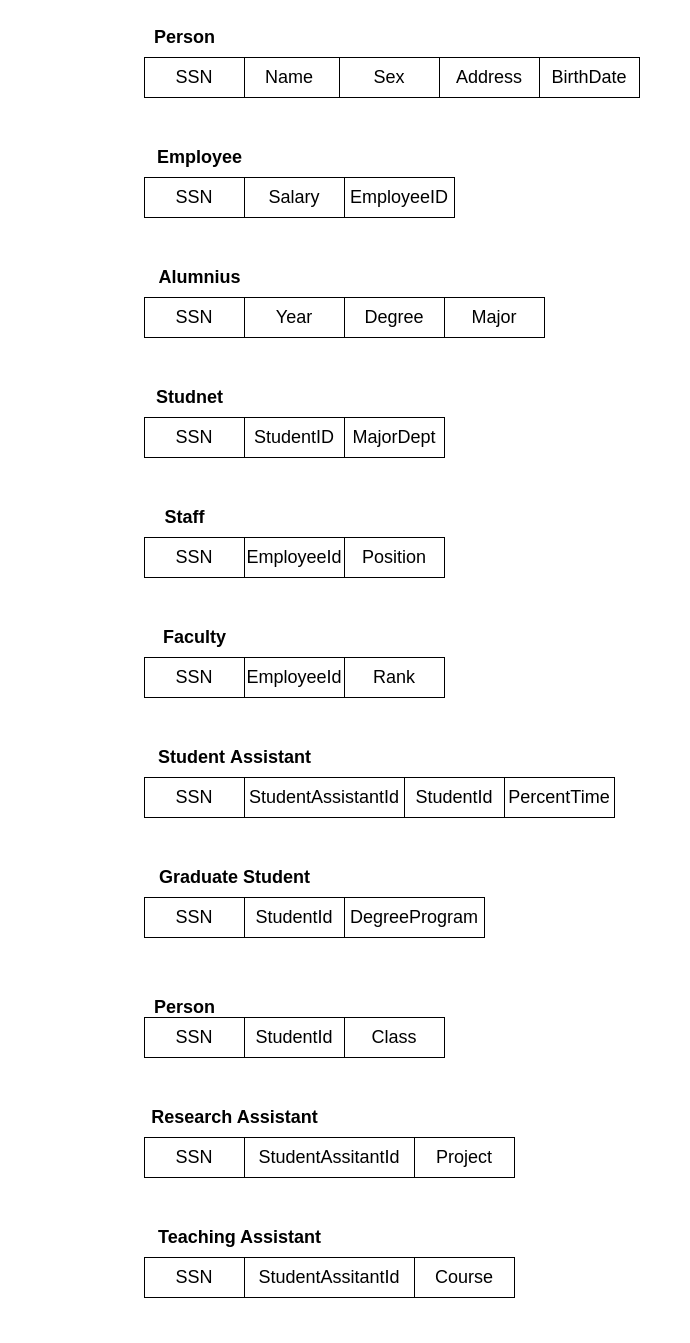
This is UML/EER3.drawio from RileyMoore01/Portfolio, a draw.io file, before an edit. Source tidied: cells renumbered, new cells numbered last; positions are measured from the earlier drawing's top-left corner, leaving out a move shared by most shapes. Both pictures are drawn from the tidied source at 100%, with x=0, y=0 at pixel (139, 17).
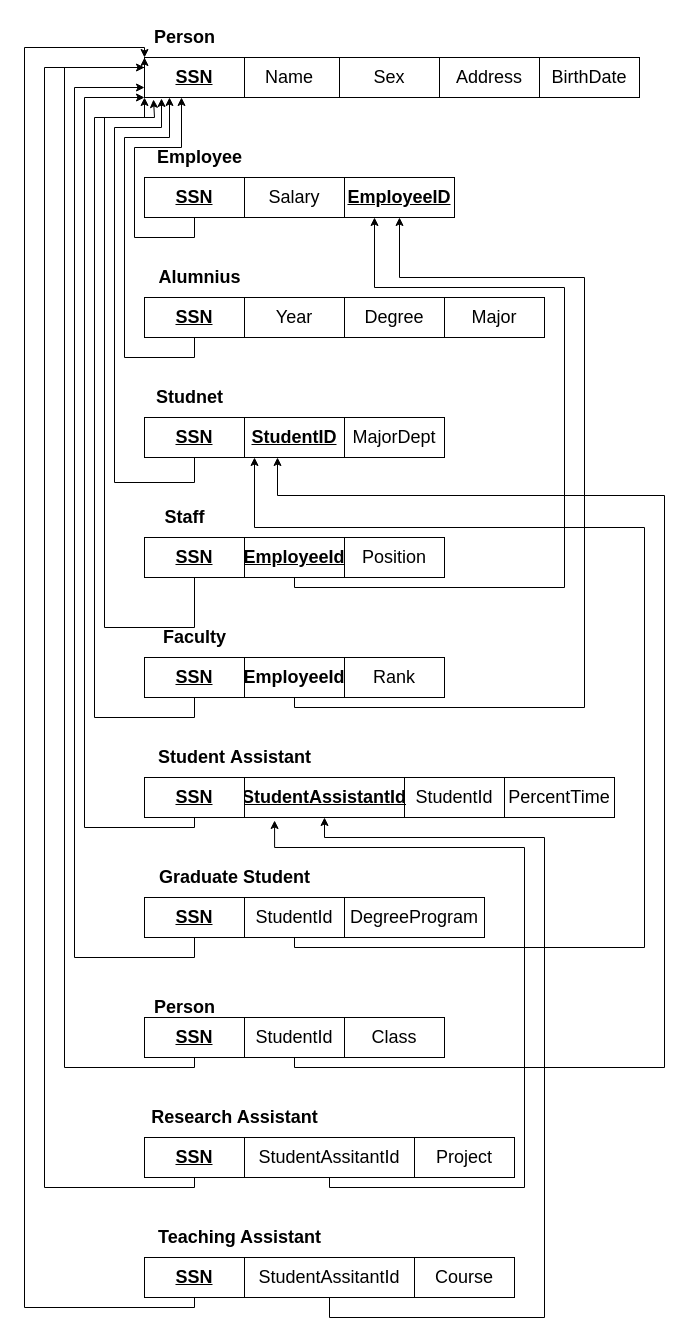
The same diagram, later.

Unchanged cells that the change refers to:
```xml
<mxCell id="2" value="&lt;b&gt;&lt;font style=&quot;font-size: 18px;&quot;&gt;Person&lt;/font&gt;&lt;/b&gt;" style="text;html=1;align=center;verticalAlign=middle;points=[];strokeColor=none;fillColor=none;" parent="1" vertex="1">
  <mxGeometry x="5" width="80" height="40" as="geometry" />
</mxCell>
<mxCell id="38" value="StudentId" style="whiteSpace=wrap;html=1;align=center;fontSize=18;" parent="1" vertex="1">
  <mxGeometry x="105" y="880" width="100" height="40" as="geometry" />
</mxCell>
<mxCell id="41" value="StudentId" style="whiteSpace=wrap;html=1;align=center;fontSize=18;" parent="1" vertex="1">
  <mxGeometry x="105" y="1000" width="100" height="40" as="geometry" />
</mxCell>
<mxCell id="44" value="StudentAssitantId" style="whiteSpace=wrap;html=1;align=center;fontSize=18;" parent="1" vertex="1">
  <mxGeometry x="105" y="1120" width="170" height="40" as="geometry" />
</mxCell>
<mxCell id="48" value="StudentAssitantId" style="whiteSpace=wrap;html=1;align=center;fontSize=18;" parent="1" vertex="1">
  <mxGeometry x="105" y="1240" width="170" height="40" as="geometry" />
</mxCell>
```

What changed in the source:
```diff
@@
+    <mxCell id="50" style="edgeStyle=orthogonalEdgeStyle;rounded=0;jettySize=auto;html=1;entryX=0.37;entryY=1;entryDx=0;entryDy=0;entryPerimeter=0;fontSize=18;" parent="1" edge="1" source="12" target="17">
+      <mxGeometry relative="1" as="geometry">
+        <Array as="points">
+          <mxPoint x="55" y="220" />
+          <mxPoint x="-5" y="220" />
+          <mxPoint x="-5" y="130" />
+          <mxPoint x="42" y="130" />
+        </Array>
+      </mxGeometry>
+    </mxCell>
-    <mxCell id="12" value="SSN" style="whiteSpace=wrap;html=1;align=center;fontSize=18;" parent="1" vertex="1">
+    <mxCell id="12" value="&lt;b&gt;&lt;u&gt;SSN&lt;/u&gt;&lt;/b&gt;" style="whiteSpace=wrap;html=1;align=center;fontSize=18;" parent="1" vertex="1">
       <mxGeometry x="5" y="160" width="100" height="40" as="geometry" />
     </mxCell>
@@
-    <mxCell id="17" value="SSN" style="whiteSpace=wrap;html=1;align=center;fontSize=18;" parent="1" vertex="1">
+    <mxCell id="17" value="&lt;b&gt;&lt;u&gt;SSN&lt;/u&gt;&lt;/b&gt;" style="whiteSpace=wrap;html=1;align=center;fontSize=18;" parent="1" vertex="1">
       <mxGeometry x="5" y="40" width="100" height="40" as="geometry" />
     </mxCell>
@@
-    <mxCell id="19" value="StudentID" style="whiteSpace=wrap;html=1;align=center;fontSize=18;" parent="1" vertex="1">
+    <mxCell id="19" value="&lt;b&gt;&lt;u&gt;StudentID&lt;/u&gt;&lt;/b&gt;" style="whiteSpace=wrap;html=1;align=center;fontSize=18;" parent="1" vertex="1">
       <mxGeometry x="105" y="400" width="100" height="40" as="geometry" />
     </mxCell>
+    <mxCell id="51" style="edgeStyle=orthogonalEdgeStyle;rounded=0;jettySize=auto;html=1;fontSize=18;entryX=0.17;entryY=1.025;entryDx=0;entryDy=0;entryPerimeter=0;" parent="1" edge="1" source="20" target="17">
+      <mxGeometry relative="1" as="geometry">
+        <Array as="points">
+          <mxPoint x="55" y="465" />
+          <mxPoint x="-25" y="465" />
+          <mxPoint x="-25" y="110" />
+          <mxPoint x="22" y="110" />
+        </Array>
+      </mxGeometry>
+    </mxCell>
-    <mxCell id="20" value="SSN" style="whiteSpace=wrap;html=1;align=center;fontSize=18;" parent="1" vertex="1">
+    <mxCell id="20" value="&lt;b&gt;&lt;u&gt;SSN&lt;/u&gt;&lt;/b&gt;" style="whiteSpace=wrap;html=1;align=center;fontSize=18;" parent="1" vertex="1">
       <mxGeometry x="5" y="400" width="100" height="40" as="geometry" />
     </mxCell>
@@
+    <mxCell id="52" style="edgeStyle=orthogonalEdgeStyle;rounded=0;jettySize=auto;html=1;fontSize=18;entryX=0.25;entryY=1;entryDx=0;entryDy=0;" parent="1" edge="1" source="24" target="17">
+      <mxGeometry relative="1" as="geometry">
+        <Array as="points">
+          <mxPoint x="55" y="340" />
+          <mxPoint x="-15" y="340" />
+          <mxPoint x="-15" y="120" />
+          <mxPoint x="30" y="120" />
+        </Array>
+      </mxGeometry>
+    </mxCell>
-    <mxCell id="24" value="SSN" style="whiteSpace=wrap;html=1;align=center;fontSize=18;" parent="1" vertex="1">
+    <mxCell id="24" value="&lt;b&gt;&lt;u&gt;SSN&lt;/u&gt;&lt;/b&gt;" style="whiteSpace=wrap;html=1;align=center;fontSize=18;" parent="1" vertex="1">
       <mxGeometry x="5" y="280" width="100" height="40" as="geometry" />
     </mxCell>
-    <mxCell id="25" value="EmployeeID" style="whiteSpace=wrap;html=1;align=center;fontSize=18;" parent="1" vertex="1">
+    <mxCell id="25" value="&lt;b&gt;&lt;u&gt;EmployeeID&lt;/u&gt;&lt;/b&gt;" style="whiteSpace=wrap;html=1;align=center;fontSize=18;" parent="1" vertex="1">
       <mxGeometry x="205" y="160" width="110" height="40" as="geometry" />
     </mxCell>
@@
-    <mxCell id="29" value="StudentAssistantId" style="whiteSpace=wrap;html=1;align=center;fontSize=18;" parent="1" vertex="1">
+    <mxCell id="29" value="&lt;b&gt;&lt;u&gt;StudentAssistantId&lt;/u&gt;&lt;/b&gt;" style="whiteSpace=wrap;html=1;align=center;fontSize=18;" parent="1" vertex="1">
       <mxGeometry x="105" y="760" width="160" height="40" as="geometry" />
     </mxCell>
+    <mxCell id="53" style="edgeStyle=orthogonalEdgeStyle;rounded=0;jettySize=auto;html=1;fontSize=18;entryX=0;entryY=1;entryDx=0;entryDy=0;" parent="1" edge="1" source="30" target="17">
+      <mxGeometry relative="1" as="geometry">
+        <Array as="points">
+          <mxPoint x="55" y="810" />
+          <mxPoint x="-55" y="810" />
+          <mxPoint x="-55" y="80" />
+        </Array>
+      </mxGeometry>
+    </mxCell>
-    <mxCell id="30" value="SSN" style="whiteSpace=wrap;html=1;align=center;fontSize=18;" parent="1" vertex="1">
+    <mxCell id="30" value="&lt;b&gt;&lt;u&gt;SSN&lt;/u&gt;&lt;/b&gt;" style="whiteSpace=wrap;html=1;align=center;fontSize=18;" parent="1" vertex="1">
       <mxGeometry x="5" y="760" width="100" height="40" as="geometry" />
     </mxCell>
@@
+    <mxCell id="54" style="edgeStyle=orthogonalEdgeStyle;rounded=0;jettySize=auto;html=1;fontSize=18;" parent="1" edge="1" source="32">
+      <mxGeometry relative="1" as="geometry">
+        <mxPoint x="235" y="200" as="targetPoint" />
+        <Array as="points">
+          <mxPoint x="155" y="570" />
+          <mxPoint x="425" y="570" />
+          <mxPoint x="425" y="270" />
+          <mxPoint x="235" y="270" />
+          <mxPoint x="235" y="200" />
+        </Array>
+      </mxGeometry>
+    </mxCell>
-    <mxCell id="32" value="EmployeeId" style="whiteSpace=wrap;html=1;align=center;fontSize=18;" parent="1" vertex="1">
+    <mxCell id="32" value="&lt;b&gt;&lt;u&gt;EmployeeId&lt;/u&gt;&lt;/b&gt;" style="whiteSpace=wrap;html=1;align=center;fontSize=18;" parent="1" vertex="1">
       <mxGeometry x="105" y="520" width="100" height="40" as="geometry" />
     </mxCell>
+    <mxCell id="55" style="edgeStyle=orthogonalEdgeStyle;rounded=0;jettySize=auto;html=1;fontSize=18;entryX=0.09;entryY=1.05;entryDx=0;entryDy=0;entryPerimeter=0;" parent="1" edge="1" source="33" target="17">
+      <mxGeometry relative="1" as="geometry">
+        <Array as="points">
+          <mxPoint x="55" y="610" />
+          <mxPoint x="-35" y="610" />
+          <mxPoint x="-35" y="100" />
+          <mxPoint x="15" y="100" />
+        </Array>
+      </mxGeometry>
+    </mxCell>
-    <mxCell id="33" value="SSN" style="whiteSpace=wrap;html=1;align=center;fontSize=18;" parent="1" vertex="1">
+    <mxCell id="33" value="&lt;b&gt;&lt;u&gt;SSN&lt;/u&gt;&lt;/b&gt;" style="whiteSpace=wrap;html=1;align=center;fontSize=18;" parent="1" vertex="1">
       <mxGeometry x="5" y="520" width="100" height="40" as="geometry" />
     </mxCell>
@@
+    <mxCell id="56" style="edgeStyle=orthogonalEdgeStyle;rounded=0;jettySize=auto;html=1;fontSize=18;entryX=0.5;entryY=1;entryDx=0;entryDy=0;" parent="1" edge="1" source="35" target="25">
+      <mxGeometry relative="1" as="geometry">
+        <Array as="points">
+          <mxPoint x="155" y="690" />
+          <mxPoint x="445" y="690" />
+          <mxPoint x="445" y="260" />
+          <mxPoint x="260" y="260" />
+        </Array>
+      </mxGeometry>
+    </mxCell>
-    <mxCell id="35" value="EmployeeId" style="whiteSpace=wrap;html=1;align=center;fontSize=18;" parent="1" vertex="1">
+    <mxCell id="35" value="&lt;b&gt;EmployeeId&lt;/b&gt;" style="whiteSpace=wrap;html=1;align=center;fontSize=18;" parent="1" vertex="1">
       <mxGeometry x="105" y="640" width="100" height="40" as="geometry" />
     </mxCell>
+    <mxCell id="57" style="edgeStyle=orthogonalEdgeStyle;rounded=0;jettySize=auto;html=1;fontSize=18;entryX=0;entryY=1;entryDx=0;entryDy=0;" parent="1" edge="1" source="36" target="17">
+      <mxGeometry relative="1" as="geometry">
+        <Array as="points">
+          <mxPoint x="55" y="700" />
+          <mxPoint x="-45" y="700" />
+          <mxPoint x="-45" y="100" />
+          <mxPoint x="5" y="100" />
+        </Array>
+      </mxGeometry>
+    </mxCell>
-    <mxCell id="36" value="SSN" style="whiteSpace=wrap;html=1;align=center;fontSize=18;" parent="1" vertex="1">
+    <mxCell id="36" value="&lt;b&gt;&lt;u&gt;SSN&lt;/u&gt;&lt;/b&gt;" style="whiteSpace=wrap;html=1;align=center;fontSize=18;" parent="1" vertex="1">
       <mxGeometry x="5" y="640" width="100" height="40" as="geometry" />
     </mxCell>
@@
+    <mxCell id="58" style="edgeStyle=orthogonalEdgeStyle;rounded=0;jettySize=auto;html=1;fontSize=18;entryX=0.1;entryY=1;entryDx=0;entryDy=0;entryPerimeter=0;" parent="1" edge="1" source="38" target="19">
+      <mxGeometry relative="1" as="geometry">
+        <Array as="points">
+          <mxPoint x="155" y="930" />
+          <mxPoint x="505" y="930" />
+          <mxPoint x="505" y="510" />
+          <mxPoint x="115" y="510" />
+        </Array>
+      </mxGeometry>
+    </mxCell>
@@
+    <mxCell id="59" style="edgeStyle=orthogonalEdgeStyle;rounded=0;jettySize=auto;html=1;fontSize=18;entryX=0;entryY=0.75;entryDx=0;entryDy=0;" parent="1" edge="1" source="39" target="17">
+      <mxGeometry relative="1" as="geometry">
+        <Array as="points">
+          <mxPoint x="55" y="940" />
+          <mxPoint x="-65" y="940" />
+          <mxPoint x="-65" y="70" />
+        </Array>
+      </mxGeometry>
+    </mxCell>
-    <mxCell id="39" value="SSN" style="whiteSpace=wrap;html=1;align=center;fontSize=18;" parent="1" vertex="1">
+    <mxCell id="39" value="&lt;b&gt;&lt;u&gt;SSN&lt;/u&gt;&lt;/b&gt;" style="whiteSpace=wrap;html=1;align=center;fontSize=18;" parent="1" vertex="1">
       <mxGeometry x="5" y="880" width="100" height="40" as="geometry" />
     </mxCell>
@@
+    <mxCell id="60" style="edgeStyle=orthogonalEdgeStyle;rounded=0;jettySize=auto;html=1;fontSize=18;entryX=0.33;entryY=1;entryDx=0;entryDy=0;entryPerimeter=0;" parent="1" edge="1" source="41" target="19">
+      <mxGeometry relative="1" as="geometry">
+        <Array as="points">
+          <mxPoint x="155" y="1050" />
+          <mxPoint x="525" y="1050" />
+          <mxPoint x="525" y="478" />
+          <mxPoint x="138" y="478" />
+        </Array>
+      </mxGeometry>
+    </mxCell>
@@
+    <mxCell id="61" style="edgeStyle=orthogonalEdgeStyle;rounded=0;jettySize=auto;html=1;fontSize=18;entryX=0;entryY=0.25;entryDx=0;entryDy=0;" parent="1" edge="1" source="42" target="17">
+      <mxGeometry relative="1" as="geometry">
+        <Array as="points">
+          <mxPoint x="55" y="1050" />
+          <mxPoint x="-75" y="1050" />
+          <mxPoint x="-75" y="50" />
+        </Array>
+      </mxGeometry>
+    </mxCell>
-    <mxCell id="42" value="SSN" style="whiteSpace=wrap;html=1;align=center;fontSize=18;" parent="1" vertex="1">
+    <mxCell id="42" value="&lt;b&gt;&lt;u&gt;SSN&lt;/u&gt;&lt;/b&gt;" style="whiteSpace=wrap;html=1;align=center;fontSize=18;" parent="1" vertex="1">
       <mxGeometry x="5" y="1000" width="100" height="40" as="geometry" />
     </mxCell>
@@
+    <mxCell id="62" style="edgeStyle=orthogonalEdgeStyle;rounded=0;jettySize=auto;html=1;fontSize=18;entryX=0.188;entryY=1.075;entryDx=0;entryDy=0;entryPerimeter=0;" parent="1" edge="1" source="44" target="29">
+      <mxGeometry relative="1" as="geometry">
+        <Array as="points">
+          <mxPoint x="190" y="1170" />
+          <mxPoint x="385" y="1170" />
+          <mxPoint x="385" y="830" />
+          <mxPoint x="135" y="830" />
+        </Array>
+      </mxGeometry>
+    </mxCell>
@@
+    <mxCell id="63" style="edgeStyle=orthogonalEdgeStyle;rounded=0;jettySize=auto;html=1;fontSize=18;entryX=0;entryY=1;entryDx=0;entryDy=0;entryPerimeter=0;" parent="1" edge="1" source="45" target="2">
+      <mxGeometry relative="1" as="geometry">
+        <Array as="points">
+          <mxPoint x="55" y="1170" />
+          <mxPoint x="-95" y="1170" />
+          <mxPoint x="-95" y="50" />
+          <mxPoint x="5" y="50" />
+        </Array>
+      </mxGeometry>
+    </mxCell>
-    <mxCell id="45" value="SSN" style="whiteSpace=wrap;html=1;align=center;fontSize=18;" parent="1" vertex="1">
+    <mxCell id="45" value="&lt;b&gt;&lt;u&gt;SSN&lt;/u&gt;&lt;/b&gt;" style="whiteSpace=wrap;html=1;align=center;fontSize=18;" parent="1" vertex="1">
       <mxGeometry x="5" y="1120" width="100" height="40" as="geometry" />
     </mxCell>
@@
+    <mxCell id="64" style="edgeStyle=orthogonalEdgeStyle;rounded=0;jettySize=auto;html=1;fontSize=18;" parent="1" edge="1" source="48" target="29">
+      <mxGeometry relative="1" as="geometry">
+        <Array as="points">
+          <mxPoint x="190" y="1300" />
+          <mxPoint x="405" y="1300" />
+          <mxPoint x="405" y="820" />
+          <mxPoint x="185" y="820" />
+        </Array>
+      </mxGeometry>
+    </mxCell>
@@
+    <mxCell id="65" style="edgeStyle=orthogonalEdgeStyle;rounded=0;jettySize=auto;html=1;fontSize=18;entryX=0;entryY=0;entryDx=0;entryDy=0;" parent="1" edge="1" source="49" target="17">
+      <mxGeometry relative="1" as="geometry">
+        <Array as="points">
+          <mxPoint x="55" y="1290" />
+          <mxPoint x="-115" y="1290" />
+          <mxPoint x="-115" y="30" />
+          <mxPoint x="5" y="30" />
+        </Array>
+      </mxGeometry>
+    </mxCell>
-    <mxCell id="49" value="SSN" style="whiteSpace=wrap;html=1;align=center;fontSize=18;" parent="1" vertex="1">
+    <mxCell id="49" value="&lt;b&gt;&lt;u&gt;SSN&lt;/u&gt;&lt;/b&gt;" style="whiteSpace=wrap;html=1;align=center;fontSize=18;" parent="1" vertex="1">
       <mxGeometry x="5" y="1240" width="100" height="40" as="geometry" />
     </mxCell>
```
